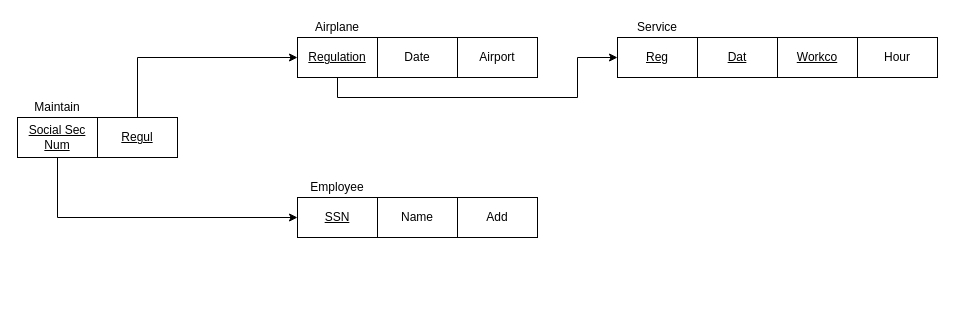
Earlier version of the draw.io diagram Final Exam (02).drawio (JJVillasis/Database-Designs). Source tidied: cells renumbered, new cells numbered last; positions are measured from the earlier drawing's top-left corner, leaving out a move shared by most shapes. Both pictures are drawn from the tidied source at 100%, with x=0, y=0 at pixel (17, 17).
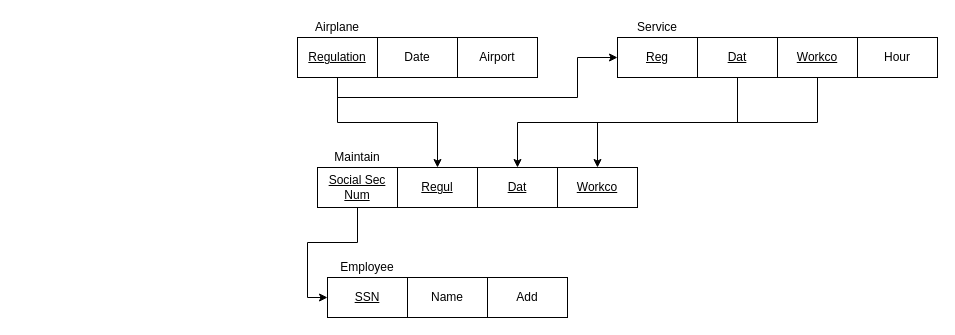
Above is the later version.

Unchanged cells that the change refers to:
```xml
<mxCell id="4" value="&lt;u&gt;Regulation&lt;/u&gt;" style="rounded=0;whiteSpace=wrap;html=1;" parent="3" vertex="1">
  <mxGeometry y="20" width="80" height="40" as="geometry" />
</mxCell>
<mxCell id="9" value="&lt;u&gt;Dat&lt;/u&gt;" style="rounded=0;whiteSpace=wrap;html=1;" parent="8" vertex="1">
  <mxGeometry x="80" y="20" width="80" height="40" as="geometry" />
</mxCell>
<mxCell id="10" value="&lt;u&gt;Workco&lt;/u&gt;" style="rounded=0;whiteSpace=wrap;html=1;" parent="8" vertex="1">
  <mxGeometry x="160" y="20" width="80" height="40" as="geometry" />
</mxCell>
```

What changed in the source:
```diff
@@
     <mxCell id="14" style="group;" parent="1" vertex="1">
-      <mxGeometry x="280" y="160" width="240" height="60" as="geometry" />
+      <mxGeometry x="310" y="240" width="240" height="60" as="geometry" />
     </mxCell>
@@
     <mxCell id="20" value="&lt;u&gt;Social Sec Num&lt;/u&gt;" style="rounded=0;whiteSpace=wrap;html=1;" parent="1" vertex="1">
-      <mxGeometry y="100" width="80" height="40" as="geometry" />
+      <mxGeometry x="300" y="150" width="80" height="40" as="geometry" />
     </mxCell>
     <mxCell id="21" value="Maintain" style="text;html=1;strokeColor=none;fillColor=none;align=center;verticalAlign=middle;whiteSpace=wrap;rounded=0;" parent="1" vertex="1">
-      <mxGeometry y="80" width="80" height="20" as="geometry" />
+      <mxGeometry x="300" y="130" width="80" height="20" as="geometry" />
     </mxCell>
-    <mxCell id="22" style="edgeStyle=orthogonalEdgeStyle;rounded=0;jettySize=auto;html=1;exitX=0.5;exitY=0;exitDx=0;exitDy=0;entryX=0;entryY=0.5;entryDx=0;entryDy=0;" parent="1" edge="1" source="23" target="4">
-      <mxGeometry relative="1" as="geometry" />
-    </mxCell>
     <mxCell id="23" value="&lt;u&gt;Regul&lt;/u&gt;" style="rounded=0;whiteSpace=wrap;html=1;" parent="1" vertex="1">
-      <mxGeometry x="80" y="100" width="80" height="40" as="geometry" />
+      <mxGeometry x="380" y="150" width="80" height="40" as="geometry" />
     </mxCell>
+    <mxCell id="24" value="&lt;u&gt;Dat&lt;/u&gt;" style="rounded=0;whiteSpace=wrap;html=1;" parent="1" vertex="1">
+      <mxGeometry x="460" y="150" width="80" height="40" as="geometry" />
+    </mxCell>
+    <mxCell id="25" value="&lt;u&gt;Workco&lt;/u&gt;" style="rounded=0;whiteSpace=wrap;html=1;" parent="1" vertex="1">
+      <mxGeometry x="540" y="150" width="80" height="40" as="geometry" />
+    </mxCell>
+    <mxCell id="26" style="edgeStyle=orthogonalEdgeStyle;rounded=0;jettySize=auto;html=1;exitX=0.5;exitY=1;exitDx=0;exitDy=0;" parent="1" edge="1" source="4" target="23">
+      <mxGeometry relative="1" as="geometry" />
+    </mxCell>
+    <mxCell id="27" style="edgeStyle=orthogonalEdgeStyle;rounded=0;jettySize=auto;html=1;exitX=0.5;exitY=1;exitDx=0;exitDy=0;entryX=0.5;entryY=0;entryDx=0;entryDy=0;" parent="1" edge="1" source="9" target="24">
+      <mxGeometry relative="1" as="geometry" />
+    </mxCell>
+    <mxCell id="28" style="edgeStyle=orthogonalEdgeStyle;rounded=0;jettySize=auto;html=1;exitX=0.5;exitY=1;exitDx=0;exitDy=0;entryX=0.5;entryY=0;entryDx=0;entryDy=0;" parent="1" edge="1" source="10" target="25">
+      <mxGeometry relative="1" as="geometry" />
+    </mxCell>
```
